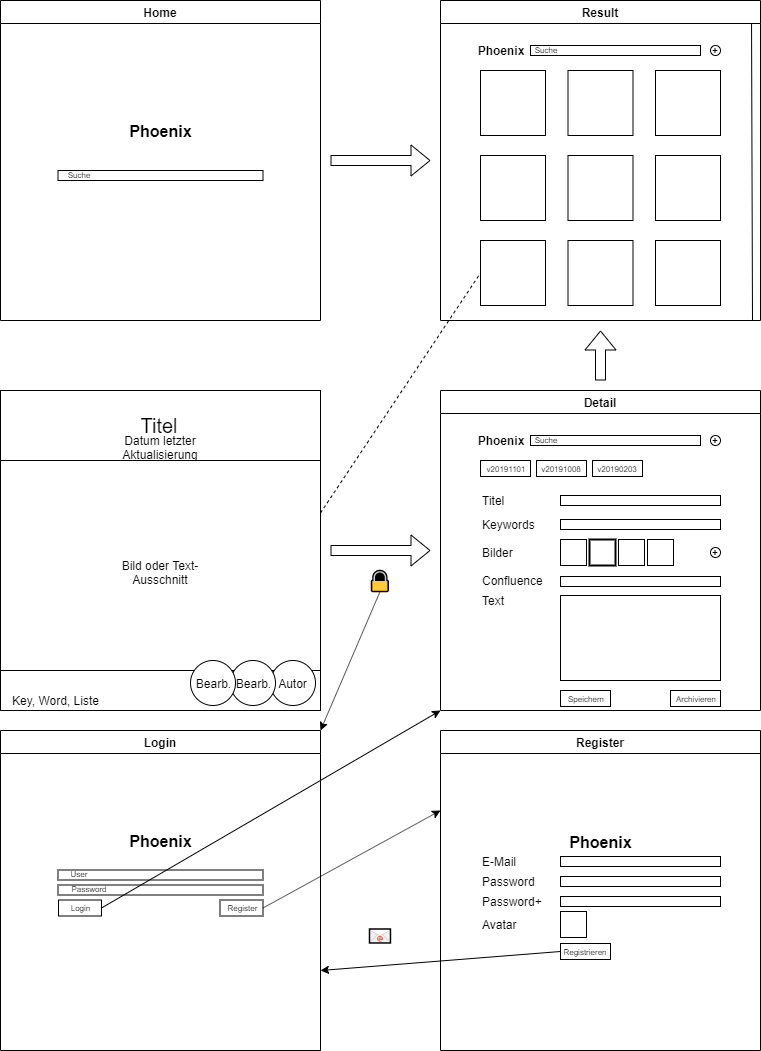
Earlier version of the draw.io export src/wireframe.png (Skadisson/phoenix). Source tidied: cells renumbered, new cells last; positions are measured from the earlier drawing's top-left corner, leaving out a move shared by most shapes.
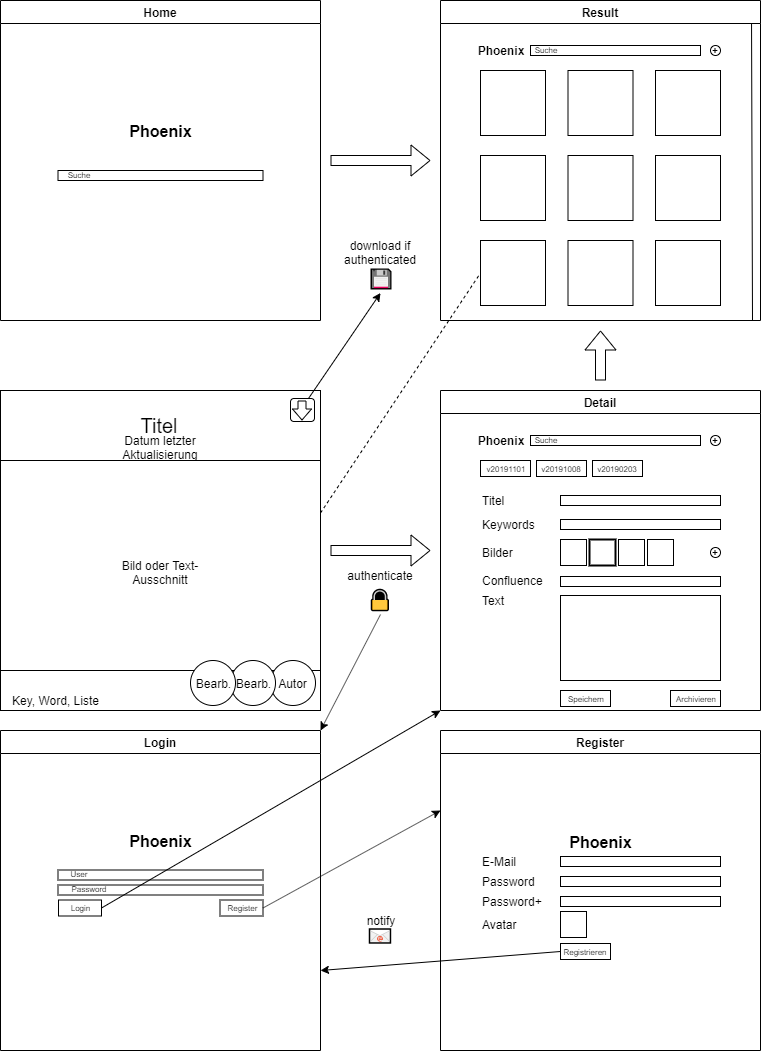
Later version of the same file.

Diff of the diagram source:
```diff
@@ -211,14 +211,9 @@
     <mxCell id="67" value="Register" style="rounded=0;whiteSpace=wrap;html=1;fontSize=8;" parent="60" vertex="1">
       <mxGeometry x="219.5" y="169.5" width="43" height="16" as="geometry" />
     </mxCell>
-    <mxCell id="68" style="endArrow=classic;html=1;fontSize=8;entryX=1;entryY=0;entryDx=0;entryDy=0;entryPerimeter=0;" parent="1" edge="1" target="60">
-      <mxGeometry relative="1" as="geometry">
-        <mxPoint x="380" y="590" as="sourcePoint" />
-      </mxGeometry>
+    <mxCell id="68" style="endArrow=classic;html=1;fontSize=8;entryX=1;entryY=0;entryDx=0;entryDy=0;entryPerimeter=0;exitX=0.5;exitY=1;exitDx=0;exitDy=0;" parent="1" edge="1" source="69" target="60">
+      <mxGeometry relative="1" as="geometry" />
     </mxCell>
-    <mxCell id="69" value="🔒" style="text;html=1;strokeColor=none;fillColor=none;align=center;verticalAlign=middle;whiteSpace=wrap;rounded=0;fontSize=20;" parent="1" vertex="1">
-      <mxGeometry x="360" y="565" width="40" height="30" as="geometry" />
-    </mxCell>
     <mxCell id="70" style="endArrow=classic;html=1;fontSize=8;exitX=1;exitY=0.5;exitDx=0;exitDy=0;" parent="1" edge="1" source="66">
       <mxGeometry relative="1" as="geometry">
         <mxPoint x="440" y="710" as="targetPoint" />
@@ -266,5 +261,32 @@
     <mxCell id="84" style="endArrow=classic;html=1;fontSize=8;exitX=0;exitY=0.5;exitDx=0;exitDy=0;entryX=1;entryY=0.75;entryDx=0;entryDy=0;" parent="1" edge="1" source="78" target="60">
       <mxGeometry relative="1" as="geometry" />
     </mxCell>
+    <mxCell id="85" style="rounded=1;whiteSpace=wrap;html=1;" parent="1" vertex="1">
+      <mxGeometry x="290" y="398" width="24" height="23" as="geometry" />
+    </mxCell>
+    <mxCell id="86" style="shape=flexArrow;endArrow=classic;html=1;endWidth=10;endSize=3.33;width=8;" parent="1" edge="1">
+      <mxGeometry relative="1" as="geometry">
+        <mxPoint x="301.5" y="400" as="sourcePoint" />
+        <mxPoint x="301.5" y="420" as="targetPoint" />
+      </mxGeometry>
+    </mxCell>
+    <mxCell id="87" value="&lt;a href=&quot;https://emojipedia.org/floppy-disk/&quot; style=&quot;color: rgb(102 , 0 , 153) ; cursor: pointer ; font-family: &amp;#34;arial&amp;#34; , sans-serif ; font-size: small ; text-align: left ; background-color: rgb(255 , 255 , 255)&quot;&gt;&lt;h3 class=&quot;LC20lb&quot; style=&quot;font-size: 20px ; font-weight: normal ; margin: 0px ; padding: 0px ; display: inline-block ; line-height: 1.3&quot;&gt;💾&lt;/h3&gt;&lt;/a&gt;" style="text;html=1;strokeColor=none;fillColor=none;align=center;verticalAlign=middle;whiteSpace=wrap;rounded=0;" parent="1" vertex="1">
+      <mxGeometry x="360" y="262.5" width="40" height="30" as="geometry" />
+    </mxCell>
+    <mxCell id="88" value="download if authenticated" style="text;html=1;strokeColor=none;fillColor=none;align=center;verticalAlign=middle;whiteSpace=wrap;rounded=0;" parent="1" vertex="1">
+      <mxGeometry x="340" y="230" width="80" height="43" as="geometry" />
+    </mxCell>
+    <mxCell id="89" value="authenticate" style="text;html=1;strokeColor=none;fillColor=none;align=center;verticalAlign=middle;whiteSpace=wrap;rounded=0;" parent="1" vertex="1">
+      <mxGeometry x="340" y="560" width="80" height="30" as="geometry" />
+    </mxCell>
+    <mxCell id="90" value="notify" style="text;html=1;strokeColor=none;fillColor=none;align=center;verticalAlign=middle;whiteSpace=wrap;rounded=0;" parent="1" vertex="1">
+      <mxGeometry x="340" y="905" width="80" height="30" as="geometry" />
+    </mxCell>
+    <mxCell id="69" value="🔒" style="text;html=1;strokeColor=none;fillColor=none;align=center;verticalAlign=middle;whiteSpace=wrap;rounded=0;fontSize=20;" parent="1" vertex="1">
+      <mxGeometry x="360" y="584" width="40" height="30" as="geometry" />
+    </mxCell>
+    <mxCell id="91" style="endArrow=classic;html=1;exitX=0.75;exitY=0;exitDx=0;exitDy=0;entryX=0.5;entryY=1;entryDx=0;entryDy=0;" parent="1" edge="1" source="85" target="87">
+      <mxGeometry relative="1" as="geometry" />
+    </mxCell>
   </root>
 </mxGraphModel>
```
